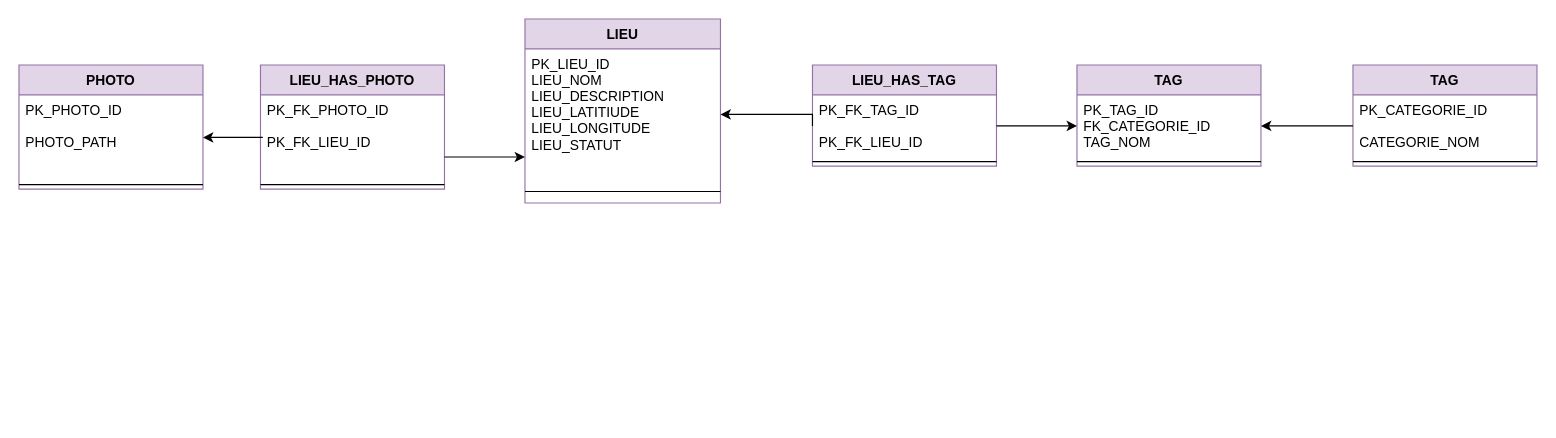
ConstantinHrrmn/WavContact keeps this draw.io diagram as Documents/Documentation/Modelisations/BDD_WavMap_V2.0.drawio. Above is the earlier version. Source tidied: cells renumbered, new cells numbered last; positions are measured from the earlier drawing's top-left corner, leaving out a move shared by most shapes. Both pictures are drawn from the tidied source at 115%, with x=0, y=0 at pixel (18, -545).
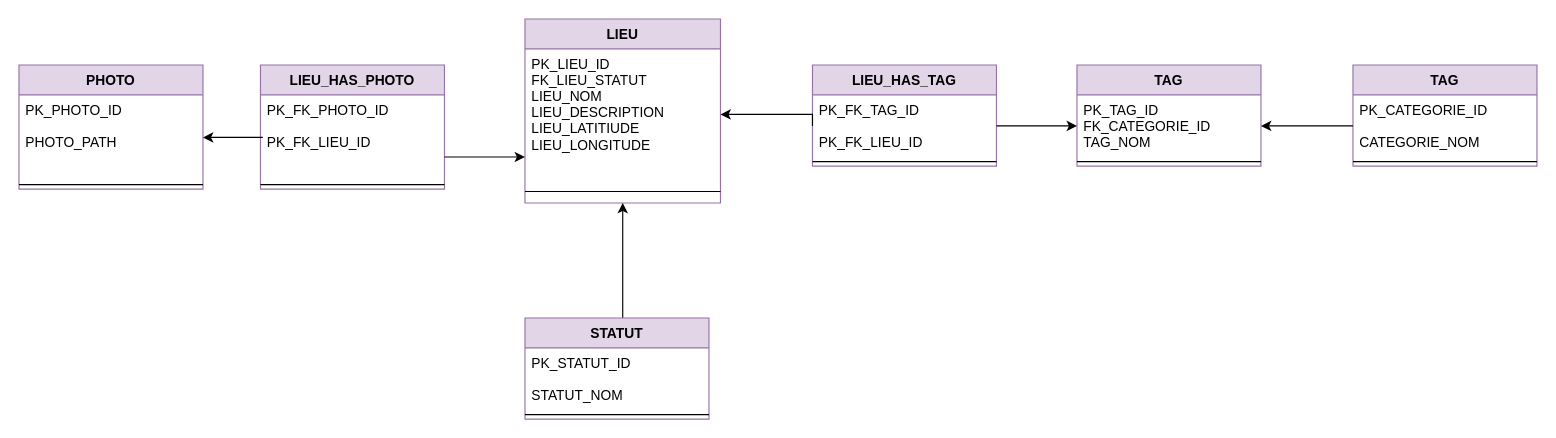
Above is the later version.

Commit message (it also covers changes not shown here):
Ajout du statut

The change refers to these unchanged cells:
```xml
<mxCell id="3" value="LIEU" style="swimlane;fontStyle=1;align=center;verticalAlign=top;horizontal=1;startSize=26;fillColor=#e1d5e7;strokeColor=#9673a6;" parent="1" vertex="1">
  <mxGeometry x="440" y="490" width="170" height="160" as="geometry" />
</mxCell>
```

The edit, as a diff of the source:
```diff
@@
-    <mxCell id="4" value="PK_LIEU_ID&#10;LIEU_NOM&#10;LIEU_DESCRIPTION&#10;LIEU_LATITIUDE&#10;LIEU_LONGITUDE&#10;LIEU_STATUT" style="text;strokeColor=none;fillColor=none;align=left;verticalAlign=top;spacingLeft=4;spacingRight=4;overflow=hidden;points=[[0,0.5],[1,0.5]];portConstraint=eastwest;" parent="3" vertex="1">
+    <mxCell id="4" value="PK_LIEU_ID&#10;FK_LIEU_STATUT&#10;LIEU_NOM&#10;LIEU_DESCRIPTION&#10;LIEU_LATITIUDE&#10;LIEU_LONGITUDE&#10;" style="text;strokeColor=none;fillColor=none;align=left;verticalAlign=top;spacingLeft=4;spacingRight=4;overflow=hidden;points=[[0,0.5],[1,0.5]];portConstraint=eastwest;" parent="3" vertex="1">
       <mxGeometry y="26" width="170" height="114" as="geometry" />
     </mxCell>
@@
+    <mxCell id="26" style="edgeStyle=orthogonalEdgeStyle;rounded=0;jettySize=auto;html=1;entryX=0.5;entryY=1;entryDx=0;entryDy=0;" parent="1" edge="1" source="27" target="3">
+      <mxGeometry relative="1" as="geometry">
+        <Array as="points">
+          <mxPoint x="525" y="720" />
+          <mxPoint x="525" y="720" />
+        </Array>
+      </mxGeometry>
+    </mxCell>
+    <mxCell id="27" value="STATUT" style="swimlane;fontStyle=1;align=center;verticalAlign=top;horizontal=1;startSize=26;fillColor=#e1d5e7;strokeColor=#9673a6;" parent="1" vertex="1">
+      <mxGeometry x="440" y="750" width="160" height="88" as="geometry" />
+    </mxCell>
+    <mxCell id="28" value="PK_STATUT_ID&#10;&#10;STATUT_NOM" style="text;strokeColor=none;fillColor=none;align=left;verticalAlign=top;spacingLeft=4;spacingRight=4;overflow=hidden;" parent="27" vertex="1">
+      <mxGeometry y="26" width="160" height="54" as="geometry" />
+    </mxCell>
+    <mxCell id="29" style="line;strokeWidth=1;fillColor=none;align=left;verticalAlign=middle;spacingTop=-1;spacingLeft=3;spacingRight=3;labelPosition=right;" parent="27" vertex="1">
+      <mxGeometry y="80" width="160" height="8" as="geometry" />
+    </mxCell>
```
